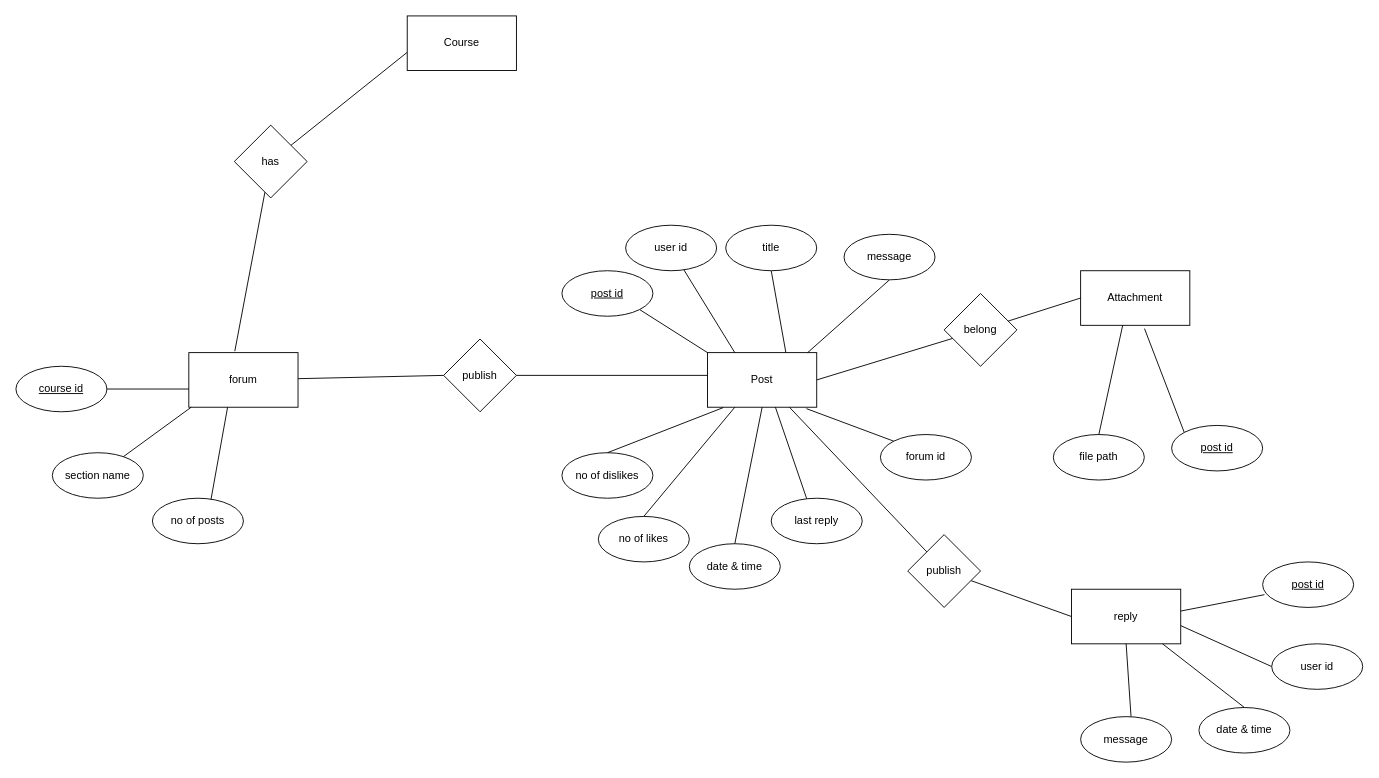
Before: diagrams/forum.drawio in Harsha-Gunawardane/Next-Tier-Server, a draw.io diagram. Source tidied: cells renumbered, new cells numbered last; positions are measured from the earlier drawing's top-left corner, leaving out a move shared by most shapes. Both pictures are drawn from the tidied source at 91%, with x=0, y=0 at pixel (15, 15).
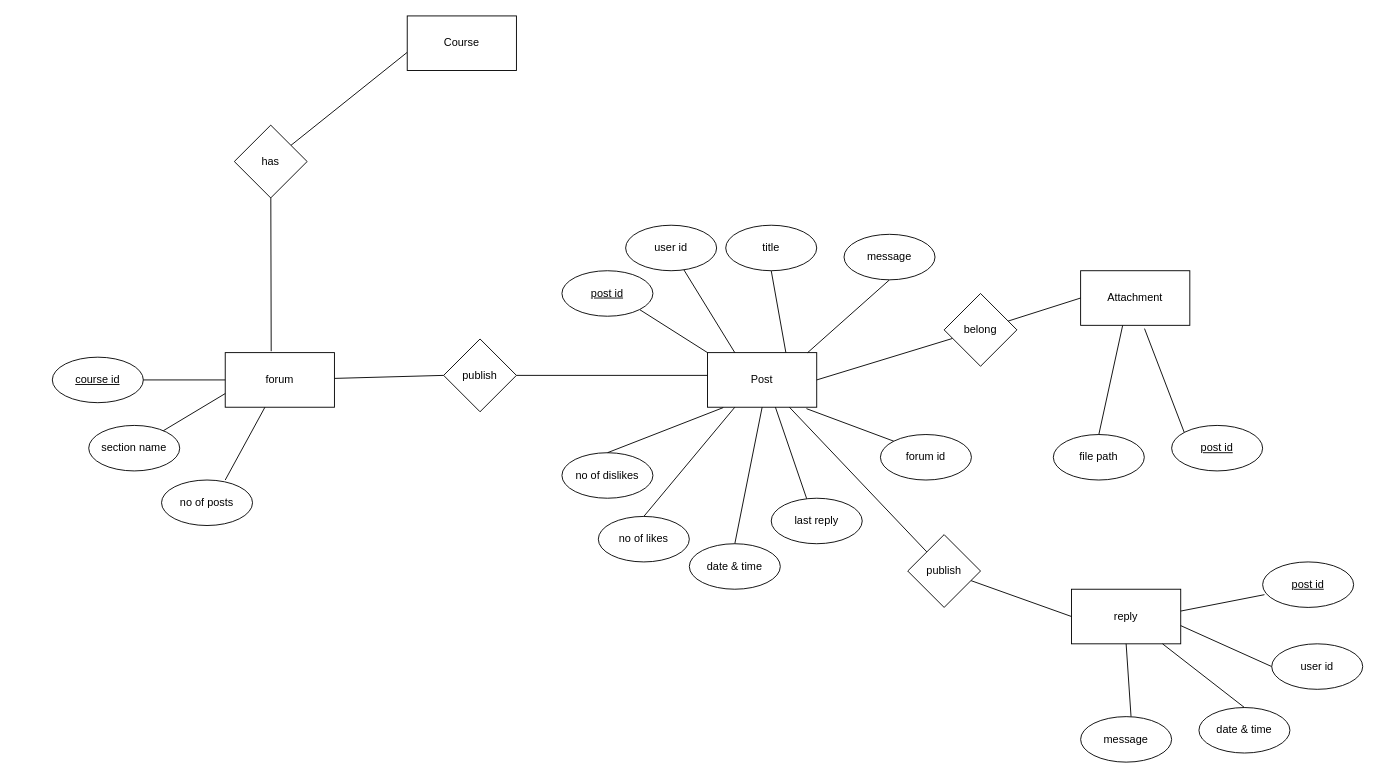
The same diagram, later.

What changed in the source:
```diff
@@
     <mxCell id="4" value="forum" style="rounded=0;whiteSpace=wrap;html=1;" parent="1" vertex="1">
-      <mxGeometry x="190" y="370" width="120" height="60" as="geometry" />
+      <mxGeometry x="230" y="370" width="120" height="60" as="geometry" />
     </mxCell>
     <mxCell id="5" value="&lt;u&gt;course id&lt;/u&gt;" style="ellipse;whiteSpace=wrap;html=1;" parent="1" vertex="1">
-      <mxGeometry y="385" width="100" height="50" as="geometry" />
+      <mxGeometry x="40" y="375" width="100" height="50" as="geometry" />
     </mxCell>
@@
     <mxCell id="21" value="section name" style="ellipse;whiteSpace=wrap;html=1;" parent="1" vertex="1">
-      <mxGeometry x="40" y="480" width="100" height="50" as="geometry" />
+      <mxGeometry x="80" y="450" width="100" height="50" as="geometry" />
     </mxCell>
-    <mxCell id="22" style="endArrow=none;html=1;exitX=0;exitY=0.5;exitDx=0;exitDy=0;" parent="1" edge="1" target="5">
-      <mxGeometry relative="1" as="geometry">
-        <mxPoint x="190" y="410" as="sourcePoint" />
-      </mxGeometry>
+    <mxCell id="22" style="endArrow=none;html=1;exitX=0;exitY=0.5;exitDx=0;exitDy=0;" parent="1" edge="1" source="4" target="5">
+      <mxGeometry relative="1" as="geometry" />
     </mxCell>
-    <mxCell id="23" style="endArrow=none;html=1;exitX=0;exitY=0.5;exitDx=0;exitDy=0;" parent="1" edge="1" target="21">
-      <mxGeometry relative="1" as="geometry">
-        <mxPoint x="192.6" y="430" as="sourcePoint" />
-      </mxGeometry>
+    <mxCell id="23" style="endArrow=none;html=1;exitX=0;exitY=0.75;exitDx=0;exitDy=0;" parent="1" edge="1" source="4" target="21">
+      <mxGeometry relative="1" as="geometry" />
     </mxCell>
-    <mxCell id="24" style="endArrow=none;html=1;exitX=0;exitY=0.5;exitDx=0;exitDy=0;entryX=0.611;entryY=-0.005;entryDx=0;entryDy=0;entryPerimeter=0;" parent="1" edge="1">
+    <mxCell id="24" style="endArrow=none;html=1;" parent="1" edge="1" source="4">
       <mxGeometry relative="1" as="geometry">
-        <mxPoint x="232.6" y="430" as="sourcePoint" />
-        <mxPoint x="211" y="550" as="targetPoint" />
+        <mxPoint x="230" y="510" as="targetPoint" />
       </mxGeometry>
     </mxCell>
@@
     <mxCell id="33" value="no of posts" style="ellipse;whiteSpace=wrap;html=1;" parent="1" vertex="1">
-      <mxGeometry x="150" y="530" width="100" height="50" as="geometry" />
+      <mxGeometry x="160" y="510" width="100" height="50" as="geometry" />
     </mxCell>
```
